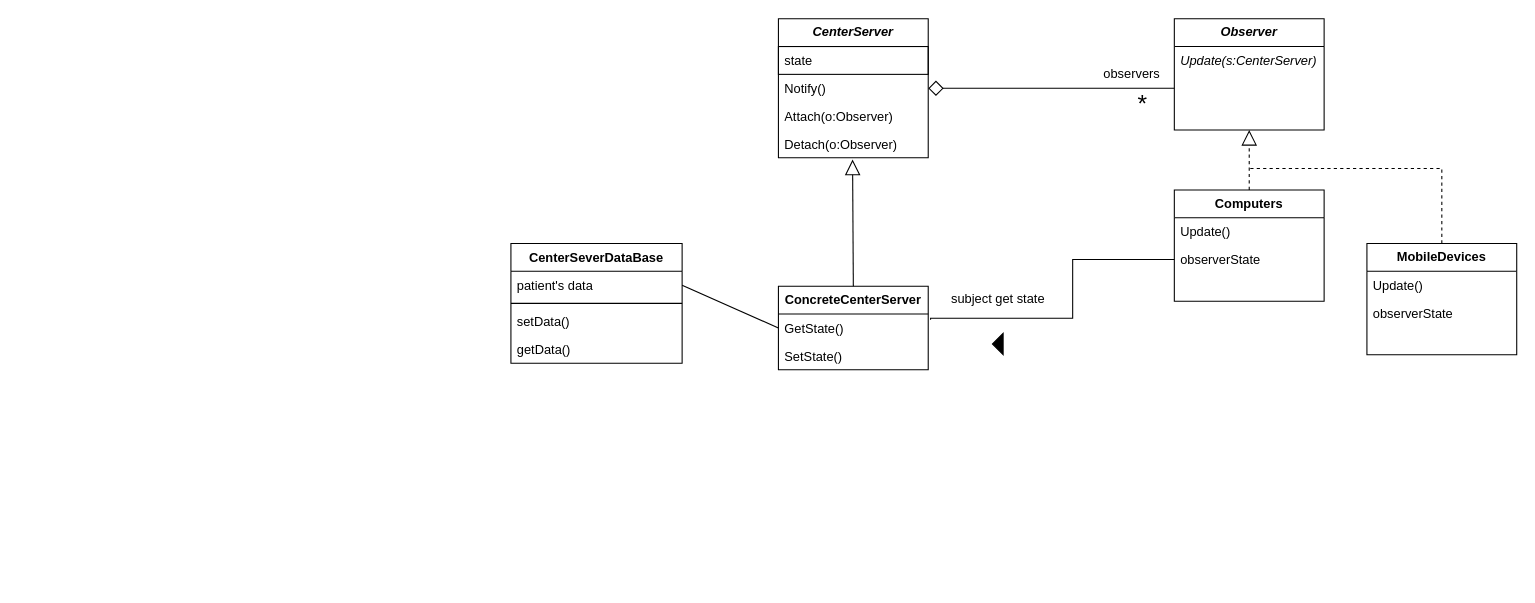
Earlier version of the draw.io diagram Assignment3_CSE4361.drawio (VoHoAnhTuan/Diagrams). Source tidied: cells renumbered, new cells numbered last; positions are measured from the earlier drawing's top-left corner, leaving out a move shared by most shapes. Both pictures are drawn from the tidied source at 107%, with x=0, y=0 at pixel (510, 18).
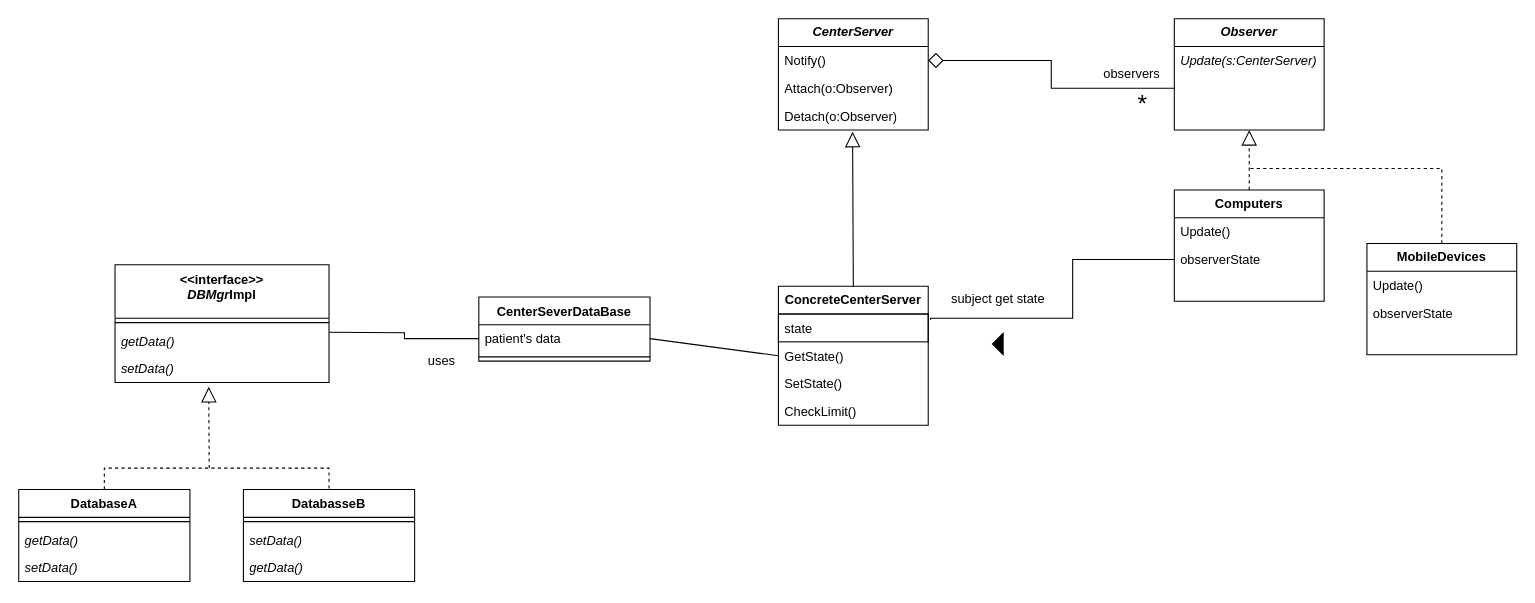
After the change.

The change refers to these unchanged cells:
```xml
<mxCell id="32" value="patient's data" style="text;strokeColor=none;fillColor=none;align=left;verticalAlign=top;spacingLeft=4;spacingRight=4;overflow=hidden;points=[[0,0.5],[1,0.5]];portConstraint=eastwest;whiteSpace=wrap;html=1;" parent="31" vertex="1">
  <mxGeometry y="26" width="160" height="26" as="geometry" />
</mxCell>
```

The edit, as a diff of the source:
```diff
@@
     <mxCell id="2" value="&lt;div&gt;&lt;b&gt;&lt;i&gt;CenterServer&lt;/i&gt;&lt;/b&gt;&lt;/div&gt;" style="swimlane;fontStyle=0;horizontal=1;startSize=26;fillColor=none;whiteSpace=wrap;html=1;" parent="1" vertex="1">
-      <mxGeometry x="250" width="140" height="130" as="geometry" />
+      <mxGeometry x="250" width="140" height="104" as="geometry" />
     </mxCell>
-    <mxCell id="3" value="state" style="text;strokeColor=default;fillColor=none;align=left;verticalAlign=top;spacingLeft=4;spacingRight=4;overflow=hidden;whiteSpace=wrap;html=1;" parent="2" vertex="1">
-      <mxGeometry y="26" width="140" height="26" as="geometry" />
-    </mxCell>
     <mxCell id="4" value="Notify()" style="text;strokeColor=none;fillColor=none;align=left;verticalAlign=top;spacingLeft=4;spacingRight=4;overflow=hidden;points=[[0,0.5],[1,0.5]];portConstraint=eastwest;whiteSpace=wrap;html=1;" parent="2" vertex="1">
-      <mxGeometry y="52" width="140" height="26" as="geometry" />
+      <mxGeometry y="26" width="140" height="26" as="geometry" />
     </mxCell>
     <mxCell id="5" value="&lt;div&gt;Attach(o:Observer)&lt;/div&gt;&lt;div&gt;&lt;br&gt;&lt;/div&gt;" style="text;strokeColor=none;fillColor=none;align=left;verticalAlign=top;spacingLeft=4;spacingRight=4;overflow=hidden;whiteSpace=wrap;html=1;" parent="2" vertex="1">
-      <mxGeometry y="78" width="140" height="26" as="geometry" />
+      <mxGeometry y="52" width="140" height="26" as="geometry" />
     </mxCell>
     <mxCell id="6" value="Detach(o:Observer)" style="text;strokeColor=none;fillColor=none;align=left;verticalAlign=top;spacingLeft=4;spacingRight=4;overflow=hidden;points=[[0,0.5],[1,0.5]];portConstraint=eastwest;whiteSpace=wrap;html=1;" parent="2" vertex="1">
-      <mxGeometry y="104" width="140" height="26" as="geometry" />
+      <mxGeometry y="78" width="140" height="26" as="geometry" />
     </mxCell>
     <mxCell id="7" value="&lt;b&gt;ConcreteCenterServer&lt;/b&gt;" style="swimlane;fontStyle=0;horizontal=1;startSize=26;fillColor=none;whiteSpace=wrap;html=1;" parent="1" vertex="1">
-      <mxGeometry x="250" y="250" width="140" height="78" as="geometry" />
+      <mxGeometry x="250" y="250" width="140" height="130" as="geometry" />
     </mxCell>
+    <mxCell id="3" value="state" style="text;strokeColor=default;fillColor=none;align=left;verticalAlign=top;spacingLeft=4;spacingRight=4;overflow=hidden;whiteSpace=wrap;html=1;" parent="7" vertex="1">
+      <mxGeometry y="26" width="140" height="26" as="geometry" />
+    </mxCell>
     <mxCell id="8" value="GetState()" style="text;strokeColor=none;fillColor=none;align=left;verticalAlign=top;spacingLeft=4;spacingRight=4;overflow=hidden;whiteSpace=wrap;html=1;" parent="7" vertex="1">
-      <mxGeometry y="26" width="140" height="26" as="geometry" />
+      <mxGeometry y="52" width="140" height="26" as="geometry" />
     </mxCell>
     <mxCell id="9" value="SetState()" style="text;strokeColor=none;fillColor=none;align=left;verticalAlign=top;spacingLeft=4;spacingRight=4;overflow=hidden;whiteSpace=wrap;html=1;" parent="7" vertex="1">
-      <mxGeometry y="52" width="140" height="26" as="geometry" />
+      <mxGeometry y="78" width="140" height="26" as="geometry" />
     </mxCell>
+    <mxCell id="37" value="CheckLimit()" style="text;strokeColor=none;fillColor=none;align=left;verticalAlign=top;spacingLeft=4;spacingRight=4;overflow=hidden;whiteSpace=wrap;html=1;" parent="7" vertex="1">
+      <mxGeometry y="104" width="140" height="26" as="geometry" />
+    </mxCell>
@@
     <mxCell id="31" value="CenterSeverDataBase" style="swimlane;fontStyle=1;align=center;verticalAlign=top;horizontal=1;startSize=26;whiteSpace=wrap;html=1;" parent="1" vertex="1">
-      <mxGeometry y="210" width="160" height="112" as="geometry" />
+      <mxGeometry x="-30" y="260" width="160" height="60" as="geometry" />
     </mxCell>
@@
+    <mxCell id="36" style="endArrow=none;endFill=0;endSize=12;html=1;rounded=0;exitX=0;exitY=0.5;exitDx=0;exitDy=0;entryX=1;entryY=0.5;entryDx=0;entryDy=0;" parent="1" edge="1" source="7" target="32">
+      <mxGeometry relative="1" as="geometry" />
+    </mxCell>
+    <mxCell id="38" style="edgeStyle=orthogonalEdgeStyle;rounded=0;jettySize=auto;html=1;exitX=0.5;exitY=0;exitDx=0;exitDy=0;entryX=0.5;entryY=0;entryDx=0;entryDy=0;endArrow=none;endFill=0;dashed=1;" parent="1" edge="1" source="39" target="43">
+      <mxGeometry relative="1" as="geometry" />
+    </mxCell>
+    <mxCell id="39" value="DatabaseA" style="swimlane;fontStyle=1;align=center;verticalAlign=top;horizontal=1;startSize=26;whiteSpace=wrap;html=1;" parent="1" vertex="1">
+      <mxGeometry x="-460" y="440" width="160" height="86" as="geometry" />
+    </mxCell>
+    <mxCell id="40" style="line;strokeWidth=1;fillColor=none;align=left;verticalAlign=middle;spacingTop=-1;spacingLeft=3;spacingRight=3;labelPosition=right;strokeColor=inherit;" parent="39" vertex="1">
+      <mxGeometry y="26" width="160" height="8" as="geometry" />
+    </mxCell>
+    <mxCell id="41" value="getData()" style="text;strokeColor=none;fillColor=none;align=left;verticalAlign=top;spacingLeft=4;spacingRight=4;overflow=hidden;whiteSpace=wrap;html=1;fontStyle=2;" parent="39" vertex="1">
+      <mxGeometry y="34" width="160" height="26" as="geometry" />
+    </mxCell>
+    <mxCell id="42" value="&lt;div&gt;setData()&lt;/div&gt;" style="text;strokeColor=none;fillColor=none;align=left;verticalAlign=top;spacingLeft=4;spacingRight=4;overflow=hidden;whiteSpace=wrap;html=1;fontStyle=2;" parent="39" vertex="1">
+      <mxGeometry y="60" width="160" height="26" as="geometry" />
+    </mxCell>
+    <mxCell id="43" value="DatabasseB" style="swimlane;fontStyle=1;align=center;verticalAlign=top;horizontal=1;startSize=26;whiteSpace=wrap;html=1;" parent="1" vertex="1">
+      <mxGeometry x="-250" y="440" width="160" height="86" as="geometry" />
+    </mxCell>
+    <mxCell id="44" style="line;strokeWidth=1;fillColor=none;align=left;verticalAlign=middle;spacingTop=-1;spacingLeft=3;spacingRight=3;labelPosition=right;strokeColor=inherit;" parent="43" vertex="1">
+      <mxGeometry y="26" width="160" height="8" as="geometry" />
+    </mxCell>
+    <mxCell id="45" value="&lt;div&gt;setData()&lt;/div&gt;" style="text;strokeColor=none;fillColor=none;align=left;verticalAlign=top;spacingLeft=4;spacingRight=4;overflow=hidden;whiteSpace=wrap;html=1;fontStyle=2;" parent="43" vertex="1">
+      <mxGeometry y="34" width="160" height="26" as="geometry" />
+    </mxCell>
+    <mxCell id="46" value="getData()" style="text;strokeColor=none;fillColor=none;align=left;verticalAlign=top;spacingLeft=4;spacingRight=4;overflow=hidden;whiteSpace=wrap;html=1;fontStyle=2;" parent="43" vertex="1">
+      <mxGeometry y="60" width="160" height="26" as="geometry" />
+    </mxCell>
+    <mxCell id="47" value="&amp;lt;&amp;lt;interface&amp;gt;&amp;gt;&lt;br&gt;&lt;div&gt;&lt;i&gt;DBMgr&lt;/i&gt;Impl&lt;/div&gt;" style="swimlane;fontStyle=1;align=center;verticalAlign=top;horizontal=1;startSize=50;whiteSpace=wrap;html=1;" parent="1" vertex="1">
+      <mxGeometry x="-370" y="230" width="200" height="110" as="geometry" />
+    </mxCell>
+    <mxCell id="48" style="line;strokeWidth=1;fillColor=none;align=left;verticalAlign=middle;spacingTop=-1;spacingLeft=3;spacingRight=3;labelPosition=right;strokeColor=inherit;" parent="47" vertex="1">
+      <mxGeometry y="50" width="200" height="8" as="geometry" />
+    </mxCell>
+    <mxCell id="35" value="getData()" style="text;strokeColor=none;fillColor=none;align=left;verticalAlign=top;spacingLeft=4;spacingRight=4;overflow=hidden;whiteSpace=wrap;html=1;fontStyle=2;" parent="47" vertex="1">
+      <mxGeometry y="58" width="200" height="26" as="geometry" />
+    </mxCell>
-    <mxCell id="34" value="&lt;div&gt;setData()&lt;/div&gt;" style="text;strokeColor=none;fillColor=none;align=left;verticalAlign=top;spacingLeft=4;spacingRight=4;overflow=hidden;points=[[0,0.5],[1,0.5]];portConstraint=eastwest;whiteSpace=wrap;html=1;" parent="31" vertex="1">
-      <mxGeometry y="60" width="160" height="26" as="geometry" />
+    <mxCell id="34" value="&lt;div&gt;setData()&lt;/div&gt;" style="text;strokeColor=none;fillColor=none;align=left;verticalAlign=top;spacingLeft=4;spacingRight=4;overflow=hidden;points=[[0,0.5],[1,0.5]];portConstraint=eastwest;whiteSpace=wrap;html=1;fontStyle=2;" parent="47" vertex="1">
+      <mxGeometry y="84" width="200" height="26" as="geometry" />
     </mxCell>
-    <mxCell id="35" value="getData()" style="text;strokeColor=none;fillColor=none;align=left;verticalAlign=top;spacingLeft=4;spacingRight=4;overflow=hidden;whiteSpace=wrap;html=1;" parent="31" vertex="1">
-      <mxGeometry y="86" width="160" height="26" as="geometry" />
-    </mxCell>
-    <mxCell id="36" style="endArrow=none;endFill=0;endSize=12;html=1;rounded=0;exitX=0;exitY=0.5;exitDx=0;exitDy=0;entryX=1;entryY=0.5;entryDx=0;entryDy=0;" parent="1" edge="1" source="7" target="32">
-      <mxGeometry relative="1" as="geometry" />
-    </mxCell>
+    <mxCell id="49" style="endArrow=none;endFill=0;endSize=12;html=1;rounded=0;exitX=0;exitY=0.5;exitDx=0;exitDy=0;entryX=1;entryY=0.5;entryDx=0;entryDy=0;edgeStyle=orthogonalEdgeStyle;" parent="1" edge="1" source="32">
+      <mxGeometry relative="1" as="geometry">
+        <mxPoint x="-170" y="293" as="targetPoint" />
+      </mxGeometry>
+    </mxCell>
+    <mxCell id="50" value="uses" style="text;html=1;align=center;verticalAlign=middle;strokeColor=none;fillColor=none;" parent="1" vertex="1">
+      <mxGeometry x="-90" y="305" width="50" height="30" as="geometry" />
+    </mxCell>
+    <mxCell id="51" style="endArrow=block;endFill=0;endSize=12;html=1;rounded=0;entryX=0.438;entryY=1.154;entryDx=0;entryDy=0;entryPerimeter=0;dashed=1;" parent="1" edge="1" target="34">
+      <mxGeometry relative="1" as="geometry">
+        <mxPoint x="-282" y="420" as="sourcePoint" />
+      </mxGeometry>
+    </mxCell>
```
